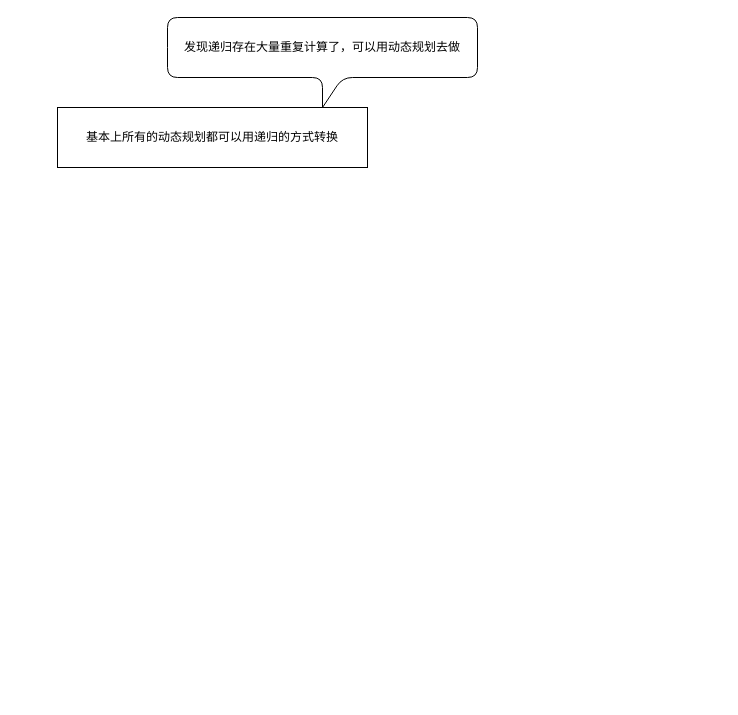
The draw.io diagram Untitled Diagram.drawio in spacerockman/LeetcodeX, before the edit. Source tidied: cells renumbered, new cells numbered last; positions are measured from the earlier drawing's top-left corner, leaving out a move shared by most shapes. Both pictures are drawn from the tidied source at 100%, with x=0, y=0 at pixel (57, 17).
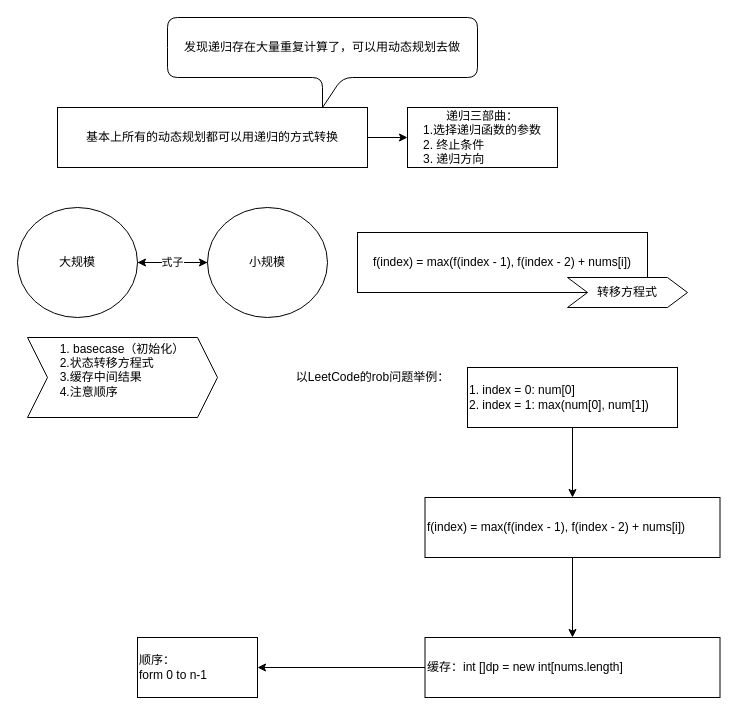
Above is the later version.

Commit message:
add: 动态规划思路

Unchanged cells that the change refers to:
```xml
<mxCell id="2" value="基本上所有的动态规划都可以用递归的方式转换" style="whiteSpace=wrap;html=1;" parent="1" vertex="1">
  <mxGeometry y="90" width="310" height="60" as="geometry" />
</mxCell>
```

Change to the diagram source:
```diff
@@
+    <mxCell id="4" style="edgeStyle=orthogonalEdgeStyle;rounded=0;jettySize=auto;html=1;" parent="1" edge="1" source="2" target="9">
+      <mxGeometry relative="1" as="geometry" />
+    </mxCell>
@@
+    <mxCell id="5" style="edgeStyle=orthogonalEdgeStyle;rounded=0;jettySize=auto;html=1;" parent="1" edge="1" source="6" target="8">
+      <mxGeometry relative="1" as="geometry" />
+    </mxCell>
+    <mxCell id="6" value="大规模" style="ellipse;whiteSpace=wrap;html=1;" parent="1" vertex="1">
+      <mxGeometry x="-40" y="190" width="120" height="110" as="geometry" />
+    </mxCell>
+    <mxCell id="7" value="式子&lt;br&gt;" style="edgeStyle=orthogonalEdgeStyle;rounded=0;jettySize=auto;html=1;" parent="1" edge="1" source="8" target="6">
+      <mxGeometry relative="1" as="geometry" />
+    </mxCell>
+    <mxCell id="8" value="小规模&lt;br&gt;" style="ellipse;whiteSpace=wrap;html=1;" parent="1" vertex="1">
+      <mxGeometry x="150" y="190" width="120" height="110" as="geometry" />
+    </mxCell>
+    <mxCell id="9" value="递归三部曲：&lt;br&gt;1.选择递归函数的参数&lt;br&gt;&lt;div style=&quot;text-align: left&quot;&gt;&lt;span&gt;2. 终止条件&lt;/span&gt;&lt;/div&gt;&lt;div style=&quot;text-align: left&quot;&gt;&lt;span&gt;3. 递归方向&lt;/span&gt;&lt;/div&gt;" style="whiteSpace=wrap;html=1;" parent="1" vertex="1">
+      <mxGeometry x="350" y="90" width="150" height="60" as="geometry" />
+    </mxCell>
+    <mxCell id="10" value="f(index) = max(f(index - 1), f(index - 2) + nums[i])" style="whiteSpace=wrap;html=1;" parent="1" vertex="1">
+      <mxGeometry x="300" y="215" width="290" height="60" as="geometry" />
+    </mxCell>
+    <mxCell id="11" value="&lt;div style=&quot;text-align: justify&quot;&gt;&lt;span&gt;1. basecase（初始化）&lt;/span&gt;&lt;br&gt;&lt;/div&gt;&lt;div style=&quot;text-align: justify&quot;&gt;2.状态转移方程式&lt;/div&gt;&lt;div style=&quot;text-align: justify&quot;&gt;3.缓存中间结果&lt;/div&gt;&lt;div style=&quot;text-align: justify&quot;&gt;4.注意顺序&lt;/div&gt;&lt;div style=&quot;text-align: justify&quot;&gt;&lt;br&gt;&lt;/div&gt;" style="shape=step;perimeter=stepPerimeter;whiteSpace=wrap;html=1;fixedSize=1;align=center;" parent="1" vertex="1">
+      <mxGeometry x="-30" y="320" width="190" height="80" as="geometry" />
+    </mxCell>
+    <mxCell id="12" value="转移方程式" style="shape=step;perimeter=stepPerimeter;whiteSpace=wrap;html=1;fixedSize=1;" parent="1" vertex="1">
+      <mxGeometry x="510" y="260" width="120" height="30" as="geometry" />
+    </mxCell>
+    <mxCell id="13" value="以LeetCode的rob问题举例：&lt;br&gt;" style="text;html=1;align=center;verticalAlign=middle;strokeColor=none;" parent="1" vertex="1">
+      <mxGeometry x="230" y="350" width="170" height="20" as="geometry" />
+    </mxCell>
+    <mxCell id="14" style="edgeStyle=orthogonalEdgeStyle;rounded=0;jettySize=auto;html=1;" parent="1" edge="1" source="15" target="17">
+      <mxGeometry relative="1" as="geometry" />
+    </mxCell>
+    <mxCell id="15" value="1. index = 0: num[0]&lt;br&gt;2. index = 1: max(num[0], num[1])" style="whiteSpace=wrap;html=1;align=left;" parent="1" vertex="1">
+      <mxGeometry x="410" y="350" width="210" height="60" as="geometry" />
+    </mxCell>
+    <mxCell id="16" style="edgeStyle=orthogonalEdgeStyle;rounded=0;jettySize=auto;html=1;" parent="1" edge="1" source="17" target="19">
+      <mxGeometry relative="1" as="geometry" />
+    </mxCell>
+    <mxCell id="17" value="&lt;span style=&quot;text-align: center&quot;&gt;f(index) = max(f(index - 1), f(index - 2) + nums[i])&lt;/span&gt;" style="whiteSpace=wrap;html=1;align=left;" parent="1" vertex="1">
+      <mxGeometry x="367.5" y="480" width="295" height="60" as="geometry" />
+    </mxCell>
+    <mxCell id="18" style="edgeStyle=orthogonalEdgeStyle;rounded=0;jettySize=auto;html=1;" parent="1" edge="1" source="19" target="20">
+      <mxGeometry relative="1" as="geometry" />
+    </mxCell>
+    <mxCell id="19" value="&lt;div style=&quot;text-align: center&quot;&gt;缓存：int []dp = new int[nums.length]&lt;/div&gt;" style="whiteSpace=wrap;html=1;align=left;" parent="1" vertex="1">
+      <mxGeometry x="367.5" y="620" width="295" height="60" as="geometry" />
+    </mxCell>
+    <mxCell id="20" value="顺序：&lt;br&gt;form 0 to n-1" style="whiteSpace=wrap;html=1;align=left;" parent="1" vertex="1">
+      <mxGeometry x="80" y="620" width="120" height="60" as="geometry" />
+    </mxCell>
```
